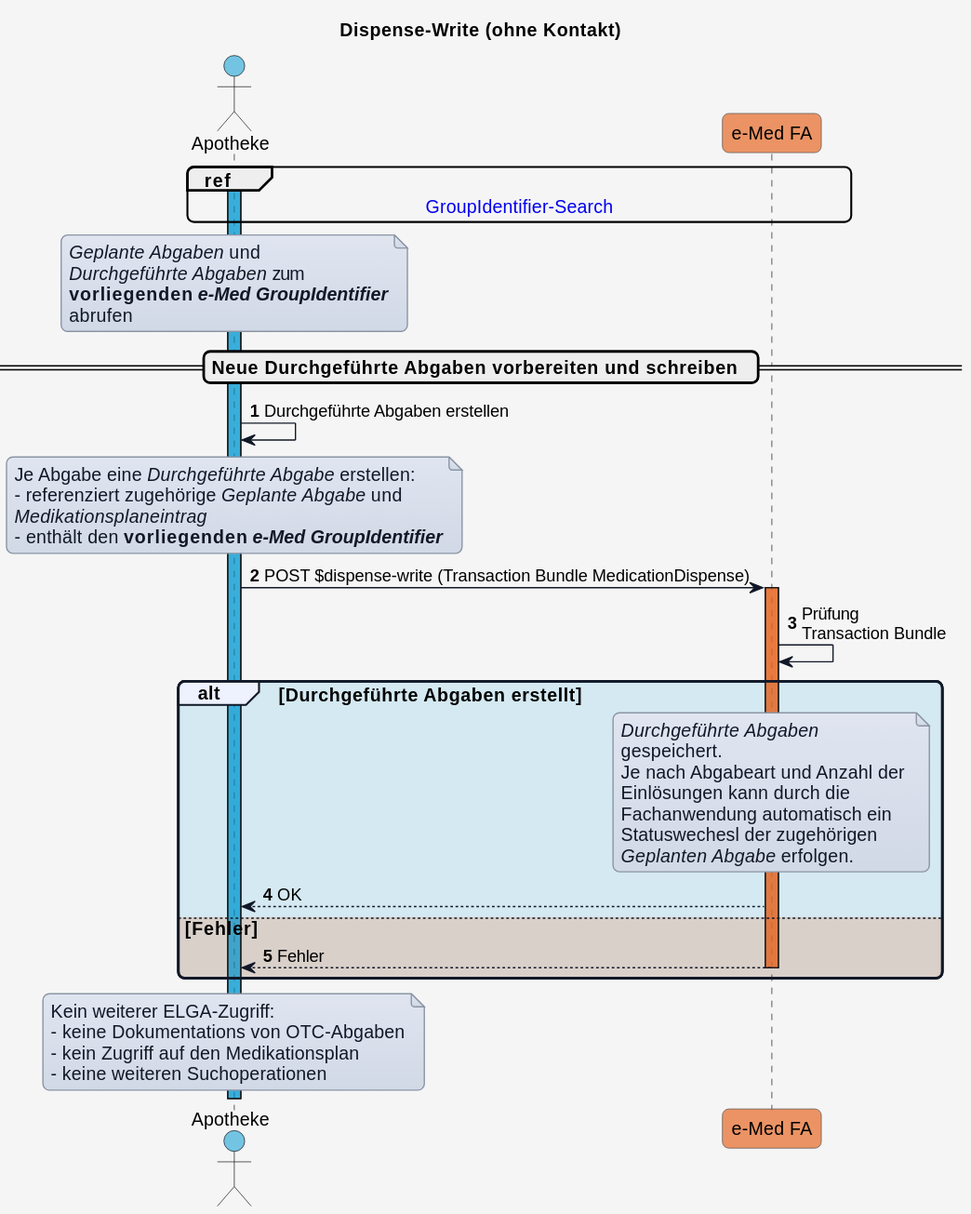
The PlantUML diagram input/images/plantuml/UC_eMed_05_01_b.svg in HL7Austria/ELGA-e-Medikation-R4, before a commit.
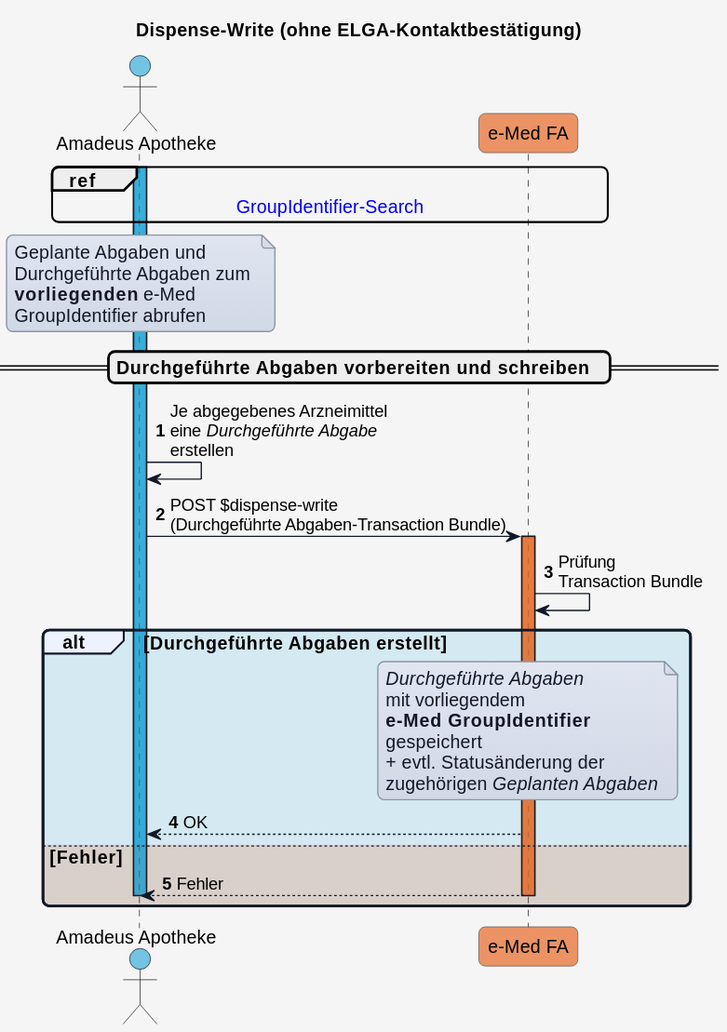
After the change.

Diff of the diagram source:
```diff
@@ -1,5 +1,5 @@
 @startuml
-title Dispense-Write (ohne Kontakt)
+title Dispense-Write (ohne ELGA-Kontaktbestätigung)
 
 skinparam borderColor #000000
 skinparam backgroundColor #f5f5f5
@@ -47,7 +47,7 @@
 !define COLOR_OK       #0F9ED525
 !define COLOR_ERROR    #E9713235
 
-actor GDA_Apo as "Apotheke" COLOR_APO
+actor GDA_Apo as "Amadeus Apotheke" COLOR_APO
 participant eMed_FA as "e-Med FA" COLOR_EMED_FA
 
 autonumber
@@ -56,52 +56,38 @@
 
 ref over GDA_Apo, eMed_FA : [[Sub_UC_eMed_03.html#sub_uc_emed_03_03---geplante-und-durchgeführte-abgaben-mittels-e-med-groupidentifier-lesen-groupidentifier-search GroupIdentifier-Search]]
 note over GDA_Apo
-<i>Geplante Abgaben</i> und
-<i>Durchgeführte Abgaben</i> zum
-<b>vorliegenden <i>e-Med GroupIdentifier</i></b>
-abrufen
+Geplante Abgaben und
+Durchgeführte Abgaben zum
+<b>vorliegenden</b> e-Med
+GroupIdentifier abrufen
 end note
 
-== Neue Durchgeführte Abgaben vorbereiten und schreiben  ==
+== Durchgeführte Abgaben vorbereiten und schreiben  ==
 
-GDA_Apo -> GDA_Apo: Durchgeführte Abgaben erstellen
+GDA_Apo -> GDA_Apo: Je abgegebenes Arzneimittel\neine <i>Durchgeführte Abgabe</i>\nerstellen
 
-note over GDA_Apo
-Je Abgabe eine <i>Durchgeführte Abgabe</i> erstellen:
-- referenziert zugehörige <i>Geplante Abgabe</i> und
-<i>Medikationsplaneintrag</i>
-- enthält den <b>vorliegenden <i>e-Med GroupIdentifier</i></b>
-end note
-
-GDA_Apo -> eMed_FA: POST $dispense-write (Transaction Bundle MedicationDispense)
+GDA_Apo -> eMed_FA: POST $dispense-write\n(Durchgeführte Abgaben-Transaction Bundle)
 
 activate eMed_FA COLOR_EMED_FA
 
 eMed_FA -> eMed_FA: Prüfung\nTransaction Bundle
 alt COLOR_OK Durchgeführte Abgaben erstellt
 
-  note over eMed_FA
-  <i>Durchgeführte Abgaben</i>
-  gespeichert.
-  Je nach Abgabeart und Anzahl der
-  Einlösungen kann durch die
-  Fachanwendung automatisch ein
-  Statuswechesl der zugehörigen
-  <i>Geplanten Abgabe</i> erfolgen.
-  end note
+    note over eMed_FA
+    <i>Durchgeführte Abgaben</i>
+    mit vorliegendem
+    <b>e-Med GroupIdentifier</b>
+    gespeichert
+    + evtl. Statusänderung der
+    zugehörigen <i>Geplanten Abgaben</i>
+    end note
 
   eMed_FA --> GDA_Apo: OK
 
 else COLOR_ERROR Fehler
   eMed_FA --> GDA_Apo: Fehler
   deactivate eMed_FA
+  deactivate GDA_Apo
 
 end
-
-note over GDA_Apo
-Kein weiterer ELGA-Zugriff:
-- keine Dokumentations von OTC-Abgaben
-- kein Zugriff auf den Medikationsplan
-- keine weiteren Suchoperationen
-end note
 @enduml
```
